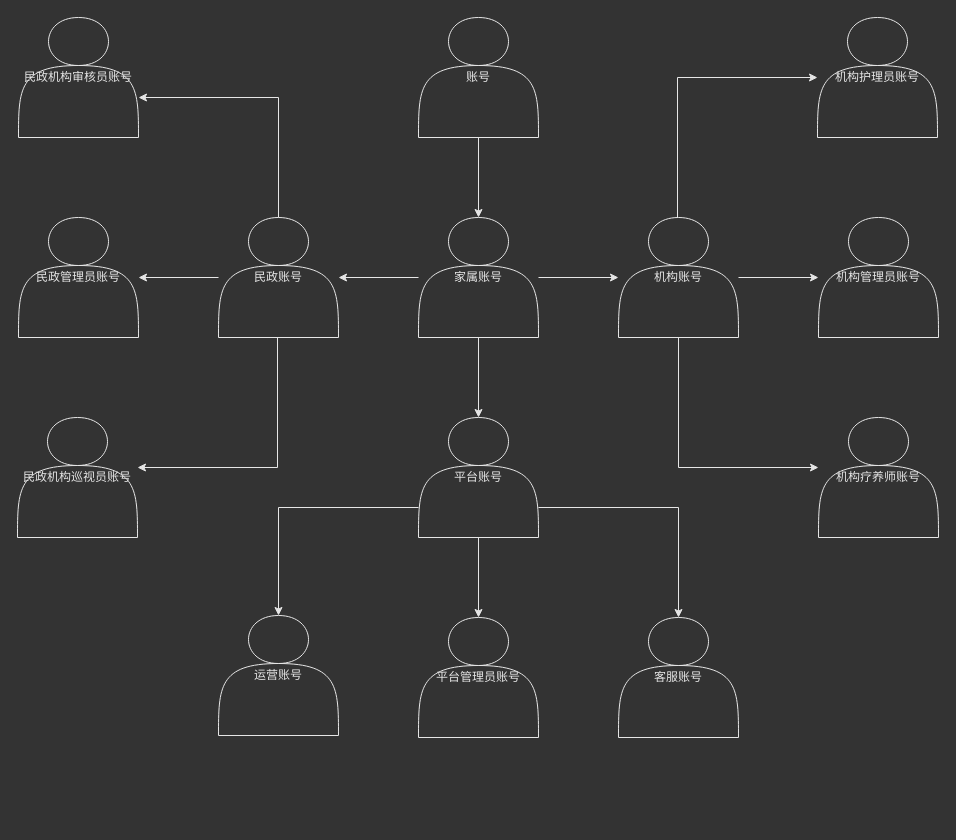
Above: src/work/wyjz/daqinggu/account_overview.drawio in ab-doc/draw.io (draw.io), before the change. Source tidied: cells renumbered, new cells numbered last; positions are measured from the earlier drawing's top-left corner, leaving out a move shared by most shapes. Both pictures are drawn from the tidied source at 100%, with x=0, y=0 at pixel (17, 17).
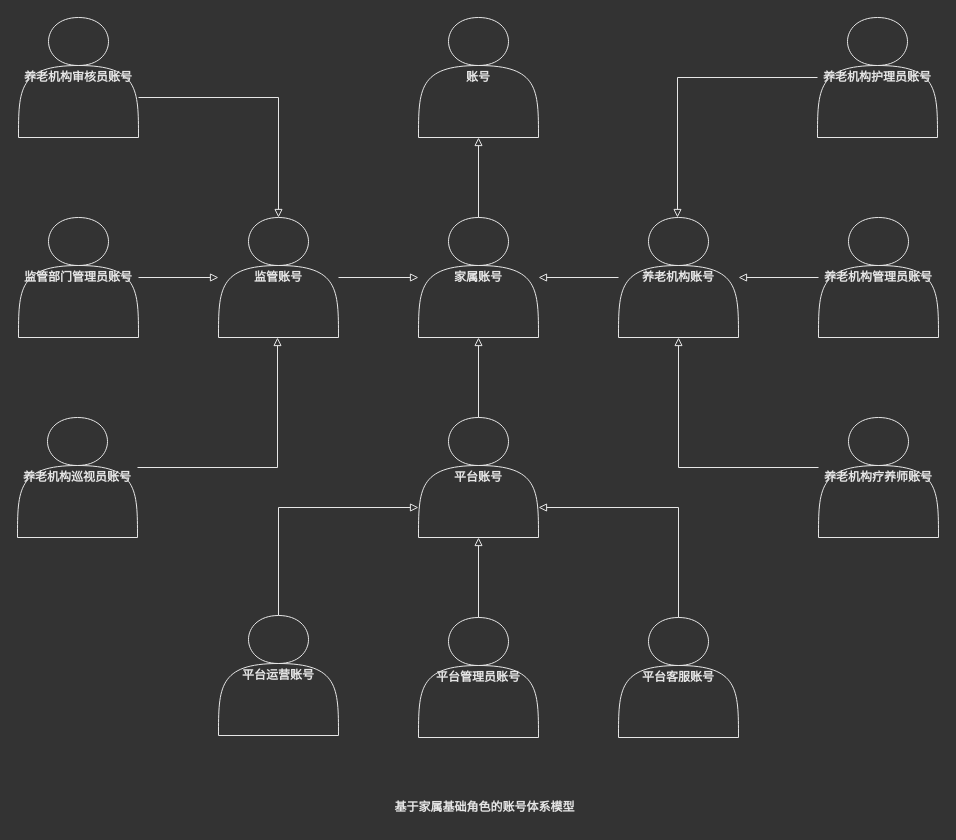
The same diagram, later.

The edit, as a diff of the source:
```diff
@@
-    <mxCell id="2" style="edgeStyle=orthogonalEdgeStyle;rounded=0;jettySize=auto;html=1;fontColor=#E6E6E6;strokeColor=#E6E6E6;" parent="1" edge="1" source="3" target="7">
+    <mxCell id="2" style="edgeStyle=orthogonalEdgeStyle;rounded=0;jettySize=auto;html=1;fontColor=#E6E6E6;strokeColor=#E6E6E6;endArrow=none;endFill=0;startArrow=block;startFill=0;" parent="1" edge="1" source="3" target="7">
       <mxGeometry relative="1" as="geometry" />
     </mxCell>
-    <mxCell id="3" value="&lt;font color=&quot;#e6e6e6&quot;&gt;账号&lt;/font&gt;" style="shape=actor;whiteSpace=wrap;html=1;fillColor=none;strokeColor=#E6E6E6;" parent="1" vertex="1">
+    <mxCell id="3" value="&lt;font color=&quot;#e6e6e6&quot;&gt;&lt;b&gt;账号&lt;/b&gt;&lt;/font&gt;" style="shape=actor;whiteSpace=wrap;html=1;fillColor=none;strokeColor=#E6E6E6;" parent="1" vertex="1">
       <mxGeometry x="401" width="120" height="120" as="geometry" />
     </mxCell>
-    <mxCell id="4" style="edgeStyle=orthogonalEdgeStyle;rounded=0;jettySize=auto;html=1;fontColor=#E6E6E6;strokeColor=#E6E6E6;" parent="1" edge="1" source="7" target="11">
+    <mxCell id="4" style="edgeStyle=orthogonalEdgeStyle;rounded=0;jettySize=auto;html=1;fontColor=#E6E6E6;strokeColor=#E6E6E6;startArrow=block;startFill=0;endArrow=none;endFill=0;" parent="1" edge="1" source="7" target="11">
       <mxGeometry relative="1" as="geometry" />
     </mxCell>
-    <mxCell id="5" style="edgeStyle=orthogonalEdgeStyle;rounded=0;jettySize=auto;html=1;fontColor=#E6E6E6;strokeColor=#E6E6E6;" parent="1" edge="1" source="7" target="15">
+    <mxCell id="5" style="edgeStyle=orthogonalEdgeStyle;rounded=0;jettySize=auto;html=1;fontColor=#E6E6E6;strokeColor=#E6E6E6;startArrow=block;startFill=0;endArrow=none;endFill=0;" parent="1" edge="1" source="7" target="15">
       <mxGeometry relative="1" as="geometry" />
     </mxCell>
-    <mxCell id="6" style="edgeStyle=orthogonalEdgeStyle;rounded=0;jettySize=auto;html=1;fontColor=#E6E6E6;strokeColor=#E6E6E6;" parent="1" edge="1" source="7" target="19">
+    <mxCell id="6" style="edgeStyle=orthogonalEdgeStyle;rounded=0;jettySize=auto;html=1;fontColor=#E6E6E6;strokeColor=#E6E6E6;startArrow=block;startFill=0;endArrow=none;endFill=0;" parent="1" edge="1" source="7" target="19">
       <mxGeometry relative="1" as="geometry" />
     </mxCell>
-    <mxCell id="7" value="&lt;font color=&quot;#e6e6e6&quot;&gt;家属账号&lt;/font&gt;" style="shape=actor;whiteSpace=wrap;html=1;fillColor=none;strokeColor=#E6E6E6;" parent="1" vertex="1">
+    <mxCell id="7" value="&lt;font color=&quot;#e6e6e6&quot;&gt;&lt;b&gt;家属账号&lt;/b&gt;&lt;/font&gt;" style="shape=actor;whiteSpace=wrap;html=1;fillColor=none;strokeColor=#E6E6E6;" parent="1" vertex="1">
       <mxGeometry x="401" y="200" width="120" height="120" as="geometry" />
     </mxCell>
-    <mxCell id="8" style="edgeStyle=orthogonalEdgeStyle;rounded=0;jettySize=auto;html=1;fontColor=#E6E6E6;strokeColor=#E6E6E6;" parent="1" edge="1" source="11" target="26">
+    <mxCell id="8" style="edgeStyle=orthogonalEdgeStyle;rounded=0;jettySize=auto;html=1;fontColor=#E6E6E6;strokeColor=#E6E6E6;startArrow=block;startFill=0;endArrow=none;endFill=0;" parent="1" edge="1" source="11" target="26">
       <mxGeometry relative="1" as="geometry" />
     </mxCell>
-    <mxCell id="9" style="edgeStyle=orthogonalEdgeStyle;rounded=0;jettySize=auto;html=1;fontColor=#E6E6E6;strokeColor=#E6E6E6;" parent="1" edge="1" source="11" target="27">
+    <mxCell id="9" style="edgeStyle=orthogonalEdgeStyle;rounded=0;jettySize=auto;html=1;fontColor=#E6E6E6;strokeColor=#E6E6E6;startArrow=block;startFill=0;endArrow=none;endFill=0;" parent="1" edge="1" source="11" target="27">
       <mxGeometry relative="1" as="geometry">
         <Array as="points">
           <mxPoint x="261" y="490" />
         </Array>
       </mxGeometry>
     </mxCell>
-    <mxCell id="10" style="edgeStyle=orthogonalEdgeStyle;rounded=0;jettySize=auto;html=1;fontColor=#E6E6E6;strokeColor=#E6E6E6;" parent="1" edge="1" source="11" target="28">
+    <mxCell id="10" style="edgeStyle=orthogonalEdgeStyle;rounded=0;jettySize=auto;html=1;fontColor=#E6E6E6;strokeColor=#E6E6E6;startArrow=block;startFill=0;endArrow=none;endFill=0;" parent="1" edge="1" source="11" target="28">
       <mxGeometry relative="1" as="geometry">
         <Array as="points">
           <mxPoint x="661" y="490" />
         </Array>
       </mxGeometry>
     </mxCell>
-    <mxCell id="11" value="&lt;font color=&quot;#e6e6e6&quot;&gt;平台账号&lt;/font&gt;" style="shape=actor;whiteSpace=wrap;html=1;fillColor=none;strokeColor=#E6E6E6;" parent="1" vertex="1">
+    <mxCell id="11" value="&lt;font color=&quot;#e6e6e6&quot;&gt;&lt;b&gt;平台账号&lt;/b&gt;&lt;/font&gt;" style="shape=actor;whiteSpace=wrap;html=1;fillColor=none;strokeColor=#E6E6E6;" parent="1" vertex="1">
       <mxGeometry x="401" y="400" width="120" height="120" as="geometry" />
     </mxCell>
-    <mxCell id="12" style="edgeStyle=orthogonalEdgeStyle;rounded=0;jettySize=auto;html=1;fontColor=#E6E6E6;strokeColor=#E6E6E6;" parent="1" edge="1" source="15" target="23">
+    <mxCell id="12" style="edgeStyle=orthogonalEdgeStyle;rounded=0;jettySize=auto;html=1;fontColor=#E6E6E6;strokeColor=#E6E6E6;startArrow=block;startFill=0;endArrow=none;endFill=0;" parent="1" edge="1" source="15" target="23">
       <mxGeometry relative="1" as="geometry" />
     </mxCell>
-    <mxCell id="13" style="edgeStyle=orthogonalEdgeStyle;rounded=0;jettySize=auto;html=1;fontColor=#E6E6E6;strokeColor=#E6E6E6;" parent="1" edge="1" source="15" target="24">
+    <mxCell id="13" style="edgeStyle=orthogonalEdgeStyle;rounded=0;jettySize=auto;html=1;fontColor=#E6E6E6;strokeColor=#E6E6E6;startArrow=block;startFill=0;endArrow=none;endFill=0;" parent="1" edge="1" source="15" target="24">
       <mxGeometry relative="1" as="geometry">
         <Array as="points">
           <mxPoint x="660" y="60" />
         </Array>
       </mxGeometry>
     </mxCell>
-    <mxCell id="14" style="edgeStyle=orthogonalEdgeStyle;rounded=0;jettySize=auto;html=1;fontColor=#E6E6E6;strokeColor=#E6E6E6;" parent="1" edge="1" source="15" target="25">
+    <mxCell id="14" style="edgeStyle=orthogonalEdgeStyle;rounded=0;jettySize=auto;html=1;fontColor=#E6E6E6;strokeColor=#E6E6E6;startArrow=block;startFill=0;endArrow=none;endFill=0;" parent="1" edge="1" source="15" target="25">
       <mxGeometry relative="1" as="geometry">
         <Array as="points">
           <mxPoint x="661" y="450" />
         </Array>
       </mxGeometry>
     </mxCell>
-    <mxCell id="15" value="&lt;font color=&quot;#e6e6e6&quot;&gt;机构账号&lt;/font&gt;" style="shape=actor;whiteSpace=wrap;html=1;fillColor=none;strokeColor=#E6E6E6;" parent="1" vertex="1">
+    <mxCell id="15" value="&lt;font color=&quot;#e6e6e6&quot;&gt;&lt;b&gt;养老机构账号&lt;/b&gt;&lt;/font&gt;" style="shape=actor;whiteSpace=wrap;html=1;fillColor=none;strokeColor=#E6E6E6;" parent="1" vertex="1">
       <mxGeometry x="601" y="200" width="120" height="120" as="geometry" />
     </mxCell>
-    <mxCell id="16" style="edgeStyle=orthogonalEdgeStyle;rounded=0;jettySize=auto;html=1;fontColor=#E6E6E6;strokeColor=#E6E6E6;" parent="1" edge="1" source="19" target="20">
+    <mxCell id="16" style="edgeStyle=orthogonalEdgeStyle;rounded=0;jettySize=auto;html=1;fontColor=#E6E6E6;strokeColor=#E6E6E6;startArrow=block;startFill=0;endArrow=none;endFill=0;" parent="1" edge="1" source="19" target="20">
       <mxGeometry relative="1" as="geometry" />
     </mxCell>
-    <mxCell id="17" style="edgeStyle=orthogonalEdgeStyle;rounded=0;jettySize=auto;html=1;fontColor=#E6E6E6;strokeColor=#E6E6E6;" parent="1" edge="1" source="19" target="21">
+    <mxCell id="17" style="edgeStyle=orthogonalEdgeStyle;rounded=0;jettySize=auto;html=1;fontColor=#E6E6E6;strokeColor=#E6E6E6;startArrow=block;startFill=0;endArrow=none;endFill=0;" parent="1" edge="1" source="19" target="21">
       <mxGeometry relative="1" as="geometry">
         <Array as="points">
           <mxPoint x="261" y="80" />
         </Array>
       </mxGeometry>
     </mxCell>
-    <mxCell id="18" style="edgeStyle=orthogonalEdgeStyle;rounded=0;jettySize=auto;html=1;fontColor=#E6E6E6;strokeColor=#E6E6E6;" parent="1" edge="1" source="19" target="22">
+    <mxCell id="18" style="edgeStyle=orthogonalEdgeStyle;rounded=0;jettySize=auto;html=1;fontColor=#E6E6E6;strokeColor=#E6E6E6;startArrow=block;startFill=0;endArrow=none;endFill=0;" parent="1" edge="1" source="19" target="22">
       <mxGeometry relative="1" as="geometry">
         <Array as="points">
           <mxPoint x="260" y="450" />
         </Array>
       </mxGeometry>
     </mxCell>
-    <mxCell id="19" value="&lt;font color=&quot;#e6e6e6&quot;&gt;民政账号&lt;/font&gt;" style="shape=actor;whiteSpace=wrap;html=1;fillColor=none;strokeColor=#E6E6E6;" parent="1" vertex="1">
+    <mxCell id="19" value="&lt;font color=&quot;#e6e6e6&quot;&gt;&lt;b&gt;监管账号&lt;/b&gt;&lt;/font&gt;" style="shape=actor;whiteSpace=wrap;html=1;fillColor=none;strokeColor=#E6E6E6;" parent="1" vertex="1">
       <mxGeometry x="201" y="200" width="120" height="120" as="geometry" />
     </mxCell>
-    <mxCell id="20" value="&lt;font color=&quot;#e6e6e6&quot;&gt;民政管理员账号&lt;/font&gt;" style="shape=actor;whiteSpace=wrap;html=1;fillColor=none;strokeColor=#E6E6E6;" parent="1" vertex="1">
+    <mxCell id="20" value="&lt;font color=&quot;#e6e6e6&quot;&gt;&lt;b&gt;监管部门管理员账号&lt;/b&gt;&lt;/font&gt;" style="shape=actor;whiteSpace=wrap;html=1;fillColor=none;strokeColor=#E6E6E6;" parent="1" vertex="1">
       <mxGeometry x="1" y="200" width="120" height="120" as="geometry" />
     </mxCell>
-    <mxCell id="21" value="&lt;font color=&quot;#e6e6e6&quot;&gt;民政机构审核员账号&lt;/font&gt;" style="shape=actor;whiteSpace=wrap;html=1;fillColor=none;strokeColor=#E6E6E6;" parent="1" vertex="1">
+    <mxCell id="21" value="&lt;font color=&quot;#e6e6e6&quot;&gt;&lt;b&gt;养老机构审核员账号&lt;/b&gt;&lt;/font&gt;" style="shape=actor;whiteSpace=wrap;html=1;fillColor=none;strokeColor=#E6E6E6;" parent="1" vertex="1">
       <mxGeometry x="1" width="120" height="120" as="geometry" />
     </mxCell>
-    <mxCell id="22" value="&lt;font color=&quot;#e6e6e6&quot;&gt;民政机构巡视员账号&lt;/font&gt;" style="shape=actor;whiteSpace=wrap;html=1;fillColor=none;strokeColor=#E6E6E6;" parent="1" vertex="1">
+    <mxCell id="22" value="&lt;font color=&quot;#e6e6e6&quot;&gt;&lt;b&gt;养老机构巡视员账号&lt;/b&gt;&lt;/font&gt;" style="shape=actor;whiteSpace=wrap;html=1;fillColor=none;strokeColor=#E6E6E6;" parent="1" vertex="1">
       <mxGeometry y="400" width="120" height="120" as="geometry" />
     </mxCell>
-    <mxCell id="23" value="&lt;font color=&quot;#e6e6e6&quot;&gt;机构管理员账号&lt;/font&gt;" style="shape=actor;whiteSpace=wrap;html=1;fillColor=none;strokeColor=#E6E6E6;" parent="1" vertex="1">
+    <mxCell id="23" value="&lt;font color=&quot;#e6e6e6&quot;&gt;&lt;b&gt;养老机构管理员账号&lt;/b&gt;&lt;/font&gt;" style="shape=actor;whiteSpace=wrap;html=1;fillColor=none;strokeColor=#E6E6E6;" parent="1" vertex="1">
       <mxGeometry x="801" y="200" width="120" height="120" as="geometry" />
     </mxCell>
-    <mxCell id="24" value="&lt;font color=&quot;#e6e6e6&quot;&gt;机构护理员账号&lt;/font&gt;" style="shape=actor;whiteSpace=wrap;html=1;fillColor=none;strokeColor=#E6E6E6;" parent="1" vertex="1">
+    <mxCell id="24" value="&lt;font color=&quot;#e6e6e6&quot;&gt;&lt;b&gt;养老机构护理员账号&lt;/b&gt;&lt;/font&gt;" style="shape=actor;whiteSpace=wrap;html=1;fillColor=none;strokeColor=#E6E6E6;" parent="1" vertex="1">
       <mxGeometry x="800" width="120" height="120" as="geometry" />
     </mxCell>
-    <mxCell id="25" value="&lt;font color=&quot;#e6e6e6&quot;&gt;机构疗养师账号&lt;/font&gt;" style="shape=actor;whiteSpace=wrap;html=1;fillColor=none;strokeColor=#E6E6E6;" parent="1" vertex="1">
+    <mxCell id="25" value="&lt;font color=&quot;#e6e6e6&quot;&gt;&lt;b&gt;养老机构疗养师账号&lt;/b&gt;&lt;/font&gt;" style="shape=actor;whiteSpace=wrap;html=1;fillColor=none;strokeColor=#E6E6E6;" parent="1" vertex="1">
       <mxGeometry x="801" y="400" width="120" height="120" as="geometry" />
     </mxCell>
-    <mxCell id="26" value="&lt;font color=&quot;#e6e6e6&quot;&gt;平台管理员账号&lt;/font&gt;" style="shape=actor;whiteSpace=wrap;html=1;fillColor=none;strokeColor=#E6E6E6;" parent="1" vertex="1">
+    <mxCell id="26" value="&lt;font color=&quot;#e6e6e6&quot;&gt;&lt;b&gt;平台管理员账号&lt;/b&gt;&lt;/font&gt;" style="shape=actor;whiteSpace=wrap;html=1;fillColor=none;strokeColor=#E6E6E6;" parent="1" vertex="1">
       <mxGeometry x="401" y="600" width="120" height="120" as="geometry" />
     </mxCell>
-    <mxCell id="27" value="&lt;font color=&quot;#e6e6e6&quot;&gt;运营账号&lt;/font&gt;" style="shape=actor;whiteSpace=wrap;html=1;fillColor=none;strokeColor=#E6E6E6;" parent="1" vertex="1">
+    <mxCell id="27" value="&lt;font color=&quot;#e6e6e6&quot;&gt;&lt;b&gt;平台运营账号&lt;/b&gt;&lt;/font&gt;" style="shape=actor;whiteSpace=wrap;html=1;fillColor=none;strokeColor=#E6E6E6;" parent="1" vertex="1">
       <mxGeometry x="201" y="598" width="120" height="120" as="geometry" />
     </mxCell>
-    <mxCell id="28" value="&lt;font color=&quot;#e6e6e6&quot;&gt;客服账号&lt;/font&gt;" style="shape=actor;whiteSpace=wrap;html=1;fillColor=none;strokeColor=#E6E6E6;" parent="1" vertex="1">
+    <mxCell id="28" value="&lt;font color=&quot;#e6e6e6&quot;&gt;&lt;b&gt;平台客服账号&lt;/b&gt;&lt;/font&gt;" style="shape=actor;whiteSpace=wrap;html=1;fillColor=none;strokeColor=#E6E6E6;" parent="1" vertex="1">
       <mxGeometry x="601" y="600" width="120" height="120" as="geometry" />
     </mxCell>
+    <mxCell id="29" value="&lt;font color=&quot;#e6e6e6&quot;&gt;&lt;b&gt;基于家属基础角色的账号体系模型&lt;/b&gt;&lt;/font&gt;" style="text;html=1;align=center;verticalAlign=middle;strokeColor=none;fillColor=none;" parent="1" vertex="1">
+      <mxGeometry x="367" y="775" width="200" height="30" as="geometry" />
+    </mxCell>
```
